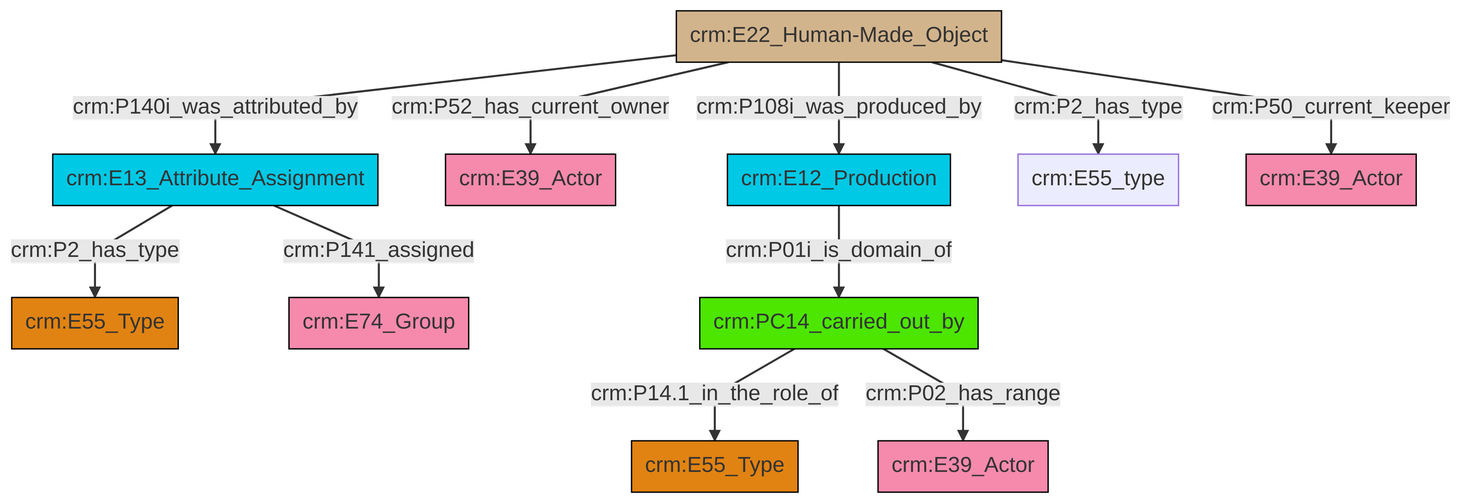
Above: et/artworkCSV/ttl/mmd/png/Artwork_Actor_Relations.png in swiss-art-research-net/docs.swissartresearch (Mermaid), before the change. Its source is kept beside it as et/artworkCSV/ttl/mmd/Artwork_Actor_Relations.ttl.mmd.
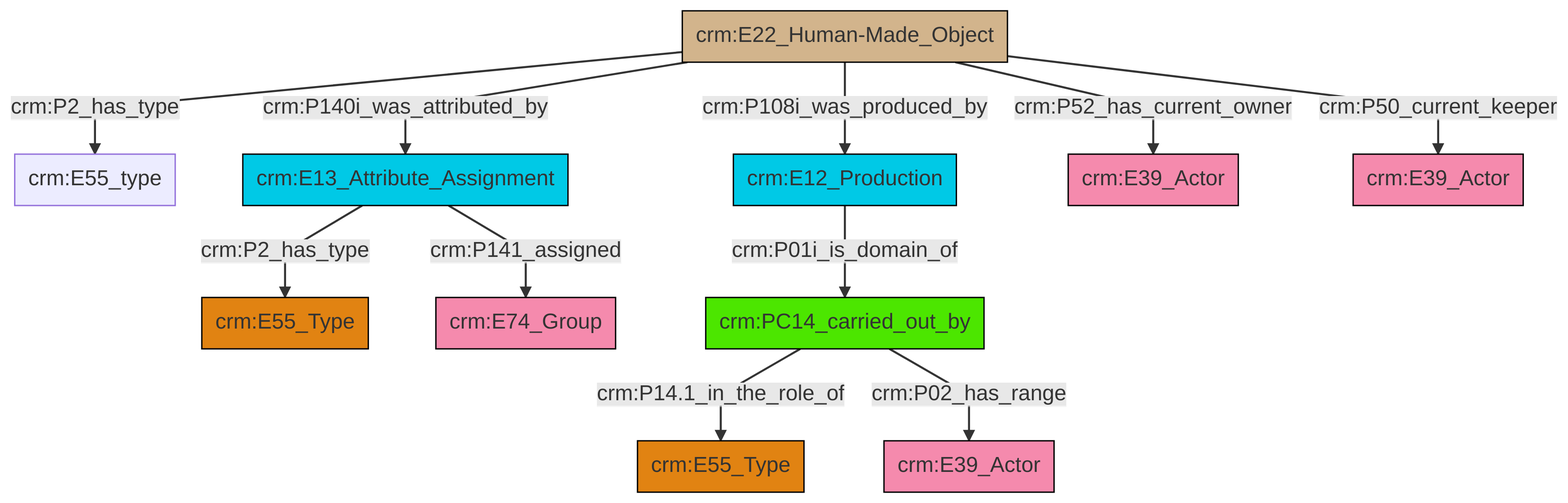
The same diagram one commit later.

What changed in the source:
```diff
@@ -13,13 +13,13 @@
 classDef PC_Classes fill:#4ce600, stroke:#000000;
 classDef Multi fill:#cccccc,stroke:#000000;
 
-0["crm:E13_Attribute_Assignment"]:::Temporal_Entity -->|crm:P141_assigned| 7["crm:E74_Group"]:::Actor
-8["crm:E12_Production"]:::Temporal_Entity -->|crm:P01i_is_domain_of| 9["crm:PC14_carried_out_by"]:::PC_Classes
-0["crm:E13_Attribute_Assignment"]:::Temporal_Entity -->|crm:P2_has_type| 2["crm:E55_Type"]:::Type
-10["crm:E22_Human-Made_Object"]:::Physical_Thing -->|crm:P52_has_current_owner| 4["crm:E39_Actor"]:::Actor
-10["crm:E22_Human-Made_Object"]:::Physical_Thing -->|crm:P2_has_type| 11["crm:E55_type"]:::Default
-10["crm:E22_Human-Made_Object"]:::Physical_Thing -->|crm:P108i_was_produced_by| 8["crm:E12_Production"]:::Temporal_Entity
-10["crm:E22_Human-Made_Object"]:::Physical_Thing -->|crm:P50_current_keeper| 14["crm:E39_Actor"]:::Actor
-10["crm:E22_Human-Made_Object"]:::Physical_Thing -->|crm:P140i_was_attributed_by| 0["crm:E13_Attribute_Assignment"]:::Temporal_Entity
-9["crm:PC14_carried_out_by"]:::PC_Classes -->|crm:P14.1_in_the_role_of| 19["crm:E55_Type"]:::Type
-9["crm:PC14_carried_out_by"]:::PC_Classes -->|crm:P02_has_range| 21["crm:E39_Actor"]:::Actor
+4["crm:PC14_carried_out_by"]:::PC_Classes -->|crm:P14.1_in_the_role_of| 5["crm:E55_Type"]:::Type
+2["crm:E12_Production"]:::Temporal_Entity -->|crm:P01i_is_domain_of| 4["crm:PC14_carried_out_by"]:::PC_Classes
+10["crm:E22_Human-Made_Object"]:::Physical_Thing -->|crm:P2_has_type| 7["crm:E55_type"]:::Default
+10["crm:E22_Human-Made_Object"]:::Physical_Thing -->|crm:P140i_was_attributed_by| 11["crm:E13_Attribute_Assignment"]:::Temporal_Entity
+10["crm:E22_Human-Made_Object"]:::Physical_Thing -->|crm:P108i_was_produced_by| 2["crm:E12_Production"]:::Temporal_Entity
+10["crm:E22_Human-Made_Object"]:::Physical_Thing -->|crm:P52_has_current_owner| 19["crm:E39_Actor"]:::Actor
+4["crm:PC14_carried_out_by"]:::PC_Classes -->|crm:P02_has_range| 13["crm:E39_Actor"]:::Actor
+10["crm:E22_Human-Made_Object"]:::Physical_Thing -->|crm:P50_current_keeper| 17["crm:E39_Actor"]:::Actor
+11["crm:E13_Attribute_Assignment"]:::Temporal_Entity -->|crm:P2_has_type| 0["crm:E55_Type"]:::Type
+11["crm:E13_Attribute_Assignment"]:::Temporal_Entity -->|crm:P141_assigned| 20["crm:E74_Group"]:::Actor
```
